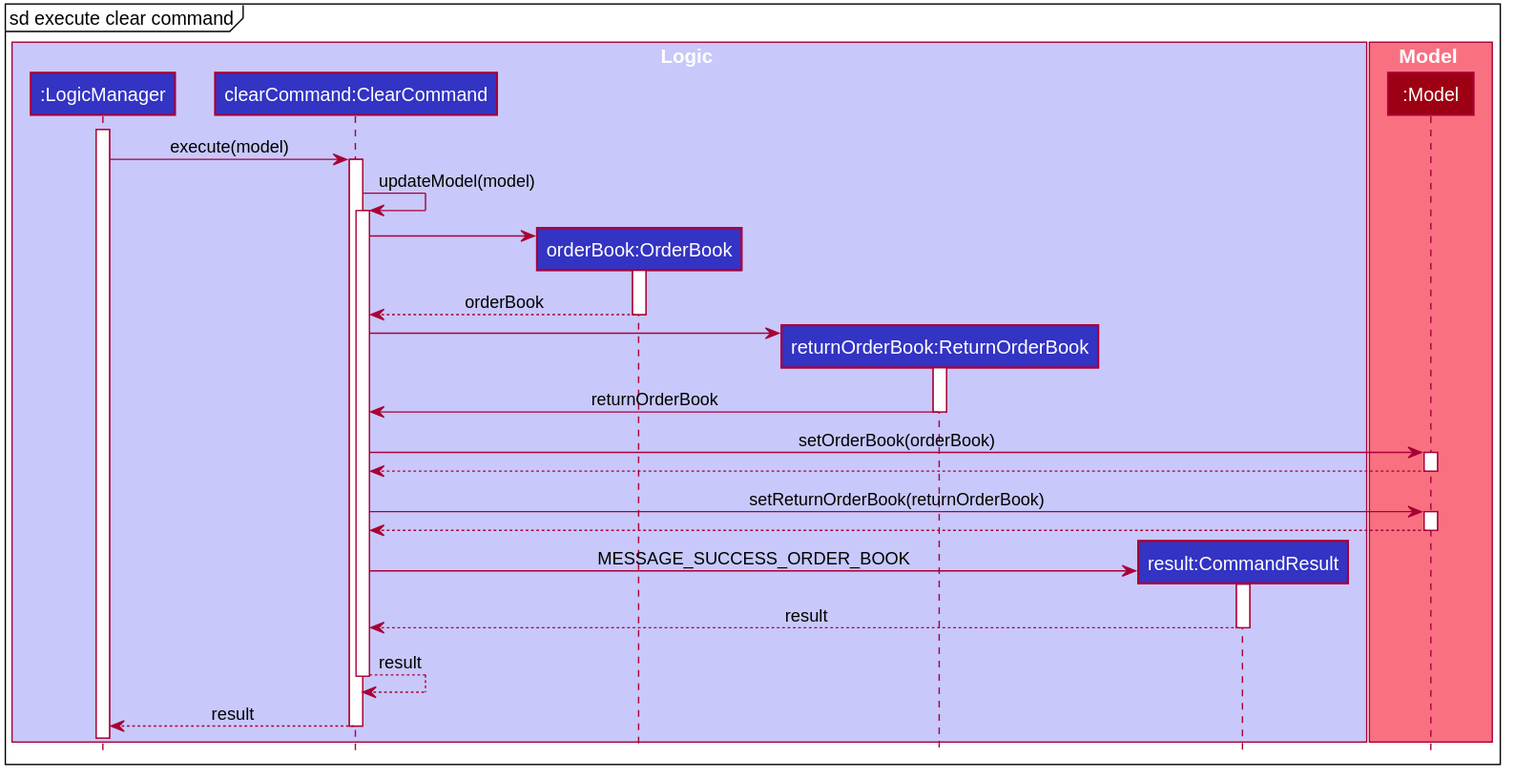
Before: images/ExecuteClearCommand.svg, a diagram exported from PlantUML (AY1920S2-CS2103T-W12-1/main).
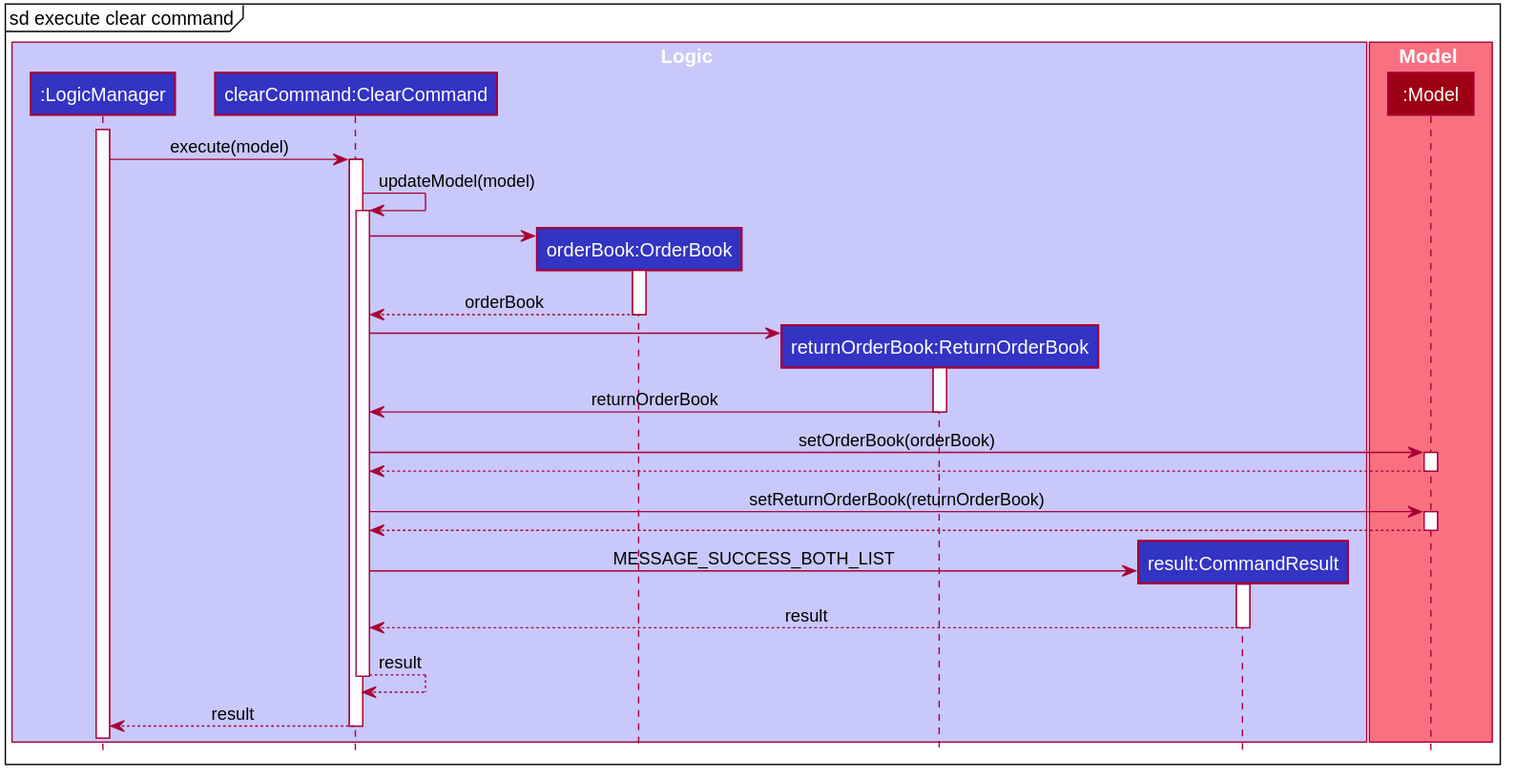
Above is the later version.

What changed in the source:
```diff
@@ -81,7 +81,7 @@
 Model --> ClearCommand --
 
 create CommandResult
-ClearCommand -> CommandResult ++ : MESSAGE_SUCCESS_ORDER_BOOK
+ClearCommand -> CommandResult ++ : MESSAGE_SUCCESS_BOTH_LIST
 
 CommandResult --> ClearCommand -- : result
 
```
